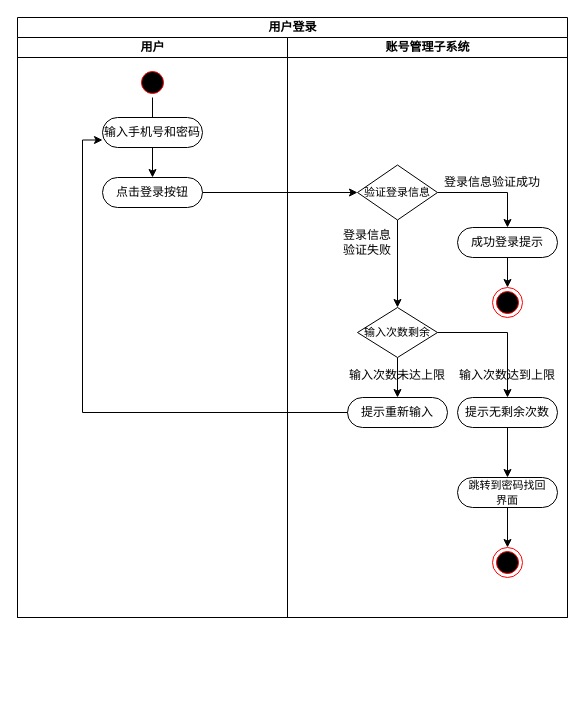
Before: 登录活动图.drawio in PomeloLemon/SoftwareDiagrams, a draw.io diagram. Source tidied: cells renumbered, new cells numbered last; positions are measured from the earlier drawing's top-left corner, leaving out a move shared by most shapes. Both pictures are drawn from the tidied source at 100%, with x=0, y=0 at pixel (17, 17).
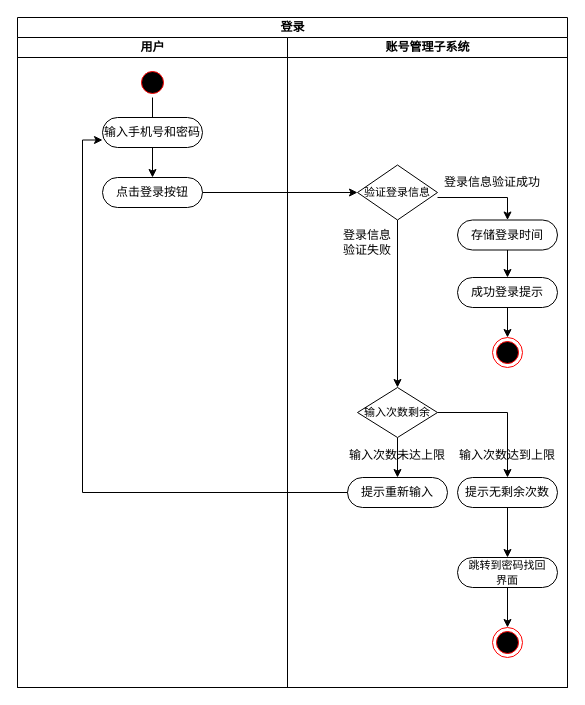
After the change.

Commit message:
更新登录活动图.drawio

Unchanged cells that the change refers to:
```xml
<mxCell id="11" value="&lt;font style=&quot;font-size: 11px;&quot;&gt;验证登录信息&lt;/font&gt;" style="rhombus;whiteSpace=wrap;html=1;" parent="8" vertex="1">
  <mxGeometry x="70" y="127.5" width="80" height="55" as="geometry" />
</mxCell>
<mxCell id="14" value="登录信息验证成功" style="text;html=1;strokeColor=none;fillColor=none;align=center;verticalAlign=middle;whiteSpace=wrap;rounded=0;" parent="8" vertex="1">
  <mxGeometry x="150" y="130" width="110" height="30" as="geometry" />
</mxCell>
```

Diff of the diagram source:
```diff
@@
-    <mxCell id="2" value="用户登录" style="swimlane;startSize=20;html=1;" parent="1" vertex="1">
-      <mxGeometry width="550" height="600" as="geometry" />
+    <mxCell id="2" value="登录" style="swimlane;startSize=20;html=1;" parent="1" vertex="1">
+      <mxGeometry width="550" height="670" as="geometry" />
     </mxCell>
     <mxCell id="3" value="用户" style="swimlane;startSize=20;html=1;" parent="2" vertex="1">
-      <mxGeometry y="20" width="270" height="580" as="geometry" />
+      <mxGeometry y="20" width="270" height="650" as="geometry" />
     </mxCell>
@@
     <mxCell id="8" value="账号管理子系统" style="swimlane;startSize=20;html=1;" parent="2" vertex="1">
-      <mxGeometry x="270" y="20" width="280" height="580" as="geometry" />
+      <mxGeometry x="270" y="20" width="280" height="650" as="geometry" />
     </mxCell>
-    <mxCell id="9" style="edgeStyle=orthogonalEdgeStyle;rounded=0;jettySize=auto;html=1;entryX=0.5;entryY=0;entryDx=0;entryDy=0;" parent="8" edge="1" source="11" target="13">
-      <mxGeometry relative="1" as="geometry" />
-    </mxCell>
@@
-    <mxCell id="12" style="edgeStyle=orthogonalEdgeStyle;rounded=0;jettySize=auto;html=1;entryX=0.5;entryY=0;entryDx=0;entryDy=0;" parent="8" edge="1" source="13" target="24">
-      <mxGeometry relative="1" as="geometry" />
-    </mxCell>
+    <mxCell id="30" style="edgeStyle=orthogonalEdgeStyle;rounded=0;jettySize=auto;html=1;exitX=0.5;exitY=1;exitDx=0;exitDy=0;" parent="8" edge="1" source="13" target="33">
+      <mxGeometry relative="1" as="geometry" />
+    </mxCell>
-    <mxCell id="13" value="成功登录提示" style="rounded=1;whiteSpace=wrap;html=1;shadow=0;comic=0;labelBackgroundColor=none;strokeWidth=1;fontFamily=Verdana;fontSize=12;align=center;arcSize=50;" parent="8" vertex="1">
-      <mxGeometry x="170" y="190" width="100" height="30" as="geometry" />
+    <mxCell id="13" value="存储登录时间" style="rounded=1;whiteSpace=wrap;html=1;shadow=0;comic=0;labelBackgroundColor=none;strokeWidth=1;fontFamily=Verdana;fontSize=12;align=center;arcSize=50;" parent="8" vertex="1">
+      <mxGeometry x="170" y="182.5" width="100" height="30" as="geometry" />
     </mxCell>
+    <mxCell id="31" style="edgeStyle=orthogonalEdgeStyle;rounded=0;jettySize=auto;html=1;exitX=0;exitY=1;exitDx=0;exitDy=0;" parent="8" edge="1" source="14" target="13">
+      <mxGeometry relative="1" as="geometry">
+        <Array as="points">
+          <mxPoint x="220" y="160" />
+        </Array>
+      </mxGeometry>
+    </mxCell>
@@
     <mxCell id="17" value="&lt;font style=&quot;font-size: 11px;&quot;&gt;输入次数剩余&lt;/font&gt;" style="rhombus;whiteSpace=wrap;html=1;" parent="8" vertex="1">
-      <mxGeometry x="70" y="270" width="80" height="50" as="geometry" />
+      <mxGeometry x="70" y="350" width="80" height="50" as="geometry" />
     </mxCell>
     <mxCell id="18" value="提示重新输入" style="rounded=1;whiteSpace=wrap;html=1;shadow=0;comic=0;labelBackgroundColor=none;strokeWidth=1;fontFamily=Verdana;fontSize=12;align=center;arcSize=50;" parent="8" vertex="1">
-      <mxGeometry x="60" y="360" width="100" height="30" as="geometry" />
+      <mxGeometry x="60" y="440" width="100" height="30" as="geometry" />
     </mxCell>
@@
     <mxCell id="21" value="提示无剩余次数" style="rounded=1;whiteSpace=wrap;html=1;shadow=0;comic=0;labelBackgroundColor=none;strokeWidth=1;fontFamily=Verdana;fontSize=12;align=center;arcSize=50;" parent="8" vertex="1">
-      <mxGeometry x="170" y="360" width="100" height="30" as="geometry" />
+      <mxGeometry x="170" y="440" width="100" height="30" as="geometry" />
     </mxCell>
     <mxCell id="22" value="输入次数未达上限" style="text;html=1;strokeColor=none;fillColor=none;align=center;verticalAlign=middle;whiteSpace=wrap;rounded=0;" parent="8" vertex="1">
-      <mxGeometry x="55" y="323" width="110" height="30" as="geometry" />
+      <mxGeometry x="55" y="403" width="110" height="30" as="geometry" />
     </mxCell>
     <mxCell id="23" value="输入次数达到上限" style="text;html=1;strokeColor=none;fillColor=none;align=center;verticalAlign=middle;whiteSpace=wrap;rounded=0;" parent="8" vertex="1">
-      <mxGeometry x="160" y="323" width="120" height="30" as="geometry" />
+      <mxGeometry x="160" y="403" width="120" height="30" as="geometry" />
     </mxCell>
     <mxCell id="24" style="ellipse;html=1;shape=endState;fillColor=#000000;strokeColor=#ff0000;" parent="8" vertex="1">
-      <mxGeometry x="205" y="250" width="30" height="30" as="geometry" />
+      <mxGeometry x="205" y="300" width="30" height="30" as="geometry" />
     </mxCell>
@@
     <mxCell id="26" value="&lt;font style=&quot;font-size: 11px;&quot;&gt;跳转到密码找回&lt;br&gt;界面&lt;/font&gt;" style="rounded=1;whiteSpace=wrap;html=1;shadow=0;comic=0;labelBackgroundColor=none;strokeWidth=1;fontFamily=Verdana;fontSize=12;align=center;arcSize=50;" parent="8" vertex="1">
-      <mxGeometry x="170" y="440" width="100" height="30" as="geometry" />
+      <mxGeometry x="170" y="520" width="100" height="30" as="geometry" />
     </mxCell>
     <mxCell id="27" style="ellipse;html=1;shape=endState;fillColor=#000000;strokeColor=#ff0000;" parent="8" vertex="1">
-      <mxGeometry x="205" y="510" width="30" height="30" as="geometry" />
+      <mxGeometry x="205" y="590" width="30" height="30" as="geometry" />
     </mxCell>
+    <mxCell id="32" style="edgeStyle=orthogonalEdgeStyle;rounded=0;jettySize=auto;html=1;exitX=0.5;exitY=1;exitDx=0;exitDy=0;entryX=0.5;entryY=0;entryDx=0;entryDy=0;" parent="8" edge="1" source="33" target="24">
+      <mxGeometry relative="1" as="geometry" />
+    </mxCell>
+    <mxCell id="33" value="成功登录提示" style="rounded=1;whiteSpace=wrap;html=1;shadow=0;comic=0;labelBackgroundColor=none;strokeWidth=1;fontFamily=Verdana;fontSize=12;align=center;arcSize=50;" parent="8" vertex="1">
+      <mxGeometry x="170" y="240" width="100" height="30" as="geometry" />
+    </mxCell>
```
